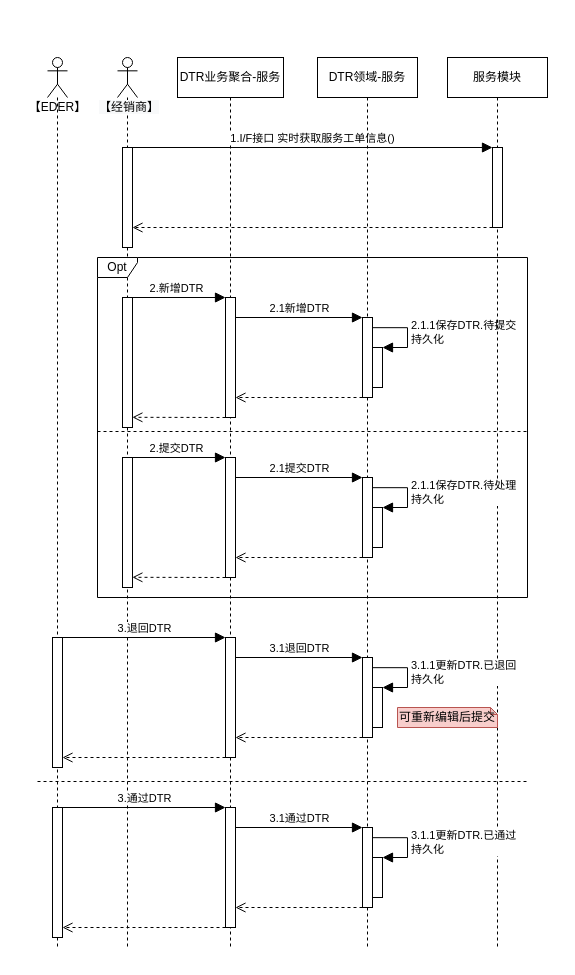
1132489442/designer keeps this draw.io diagram as page "核心流程" (8 of 9) of images/DTR时序图.drawio. Above is the earlier version. Source tidied: cells renumbered, new cells numbered last; positions are measured from the earlier drawing's top-left corner, leaving out a move shared by most shapes. Both pictures are drawn from the tidied source at 100%, with x=0, y=0 at pixel (22, 57).
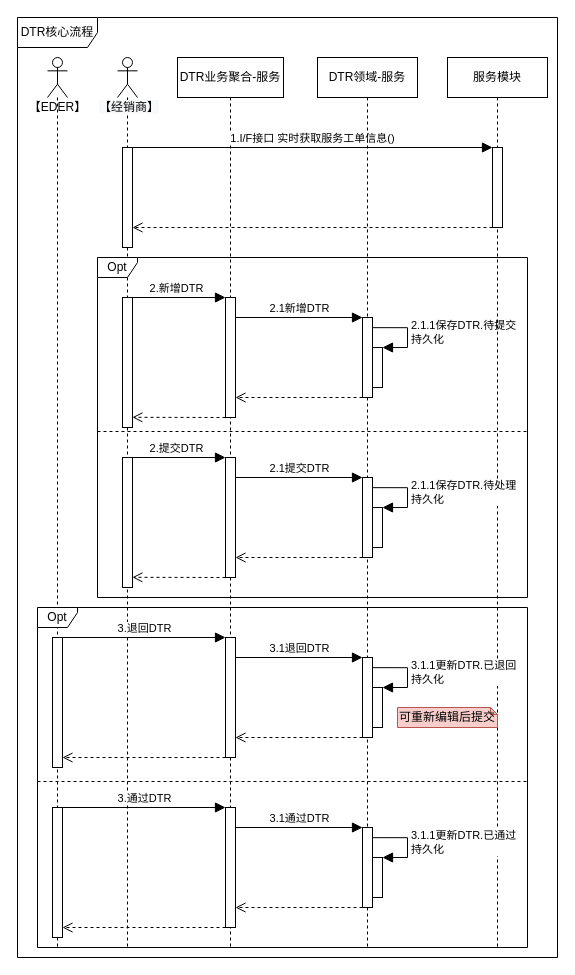
After the change.

Commit message (it also covers changes not shown here):
更新DTR时序图.drawio

The edit, as a diff of the source:
```diff
@@
+    <mxCell id="53" value="Opt" style="shape=umlFrame;whiteSpace=wrap;html=1;fillColor=#FFFFFF;width=40;height=20;" parent="1" vertex="1">
+      <mxGeometry x="15" y="550" width="490" height="340" as="geometry" />
+    </mxCell>
+    <mxCell id="54" value="DTR核心流程" style="shape=umlFrame;whiteSpace=wrap;html=1;fillColor=#FFFFFF;width=80;height=30;" parent="1" vertex="1">
+      <mxGeometry x="-5" y="-40" width="540" height="940" as="geometry" />
+    </mxCell>
```
